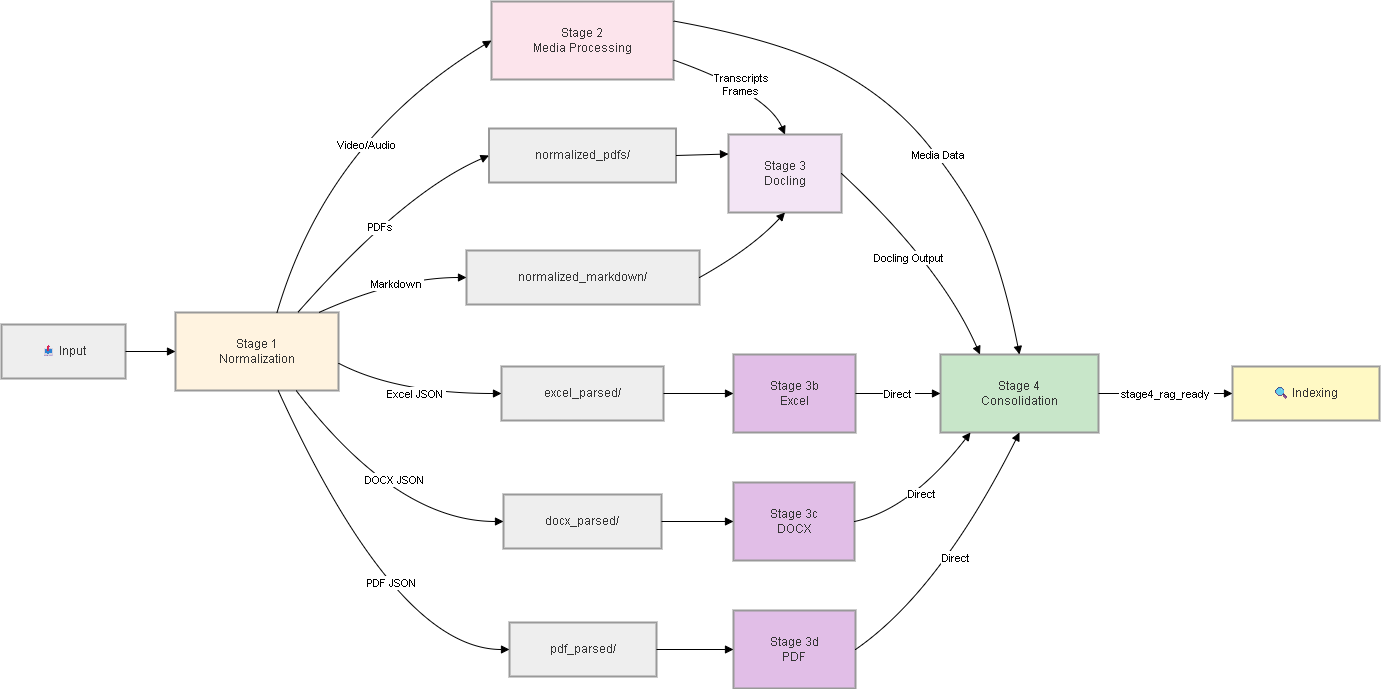
pdz1804/capstone-project keeps this draw.io diagram as Phase_2_Report/img/pdz/Report 252 Diagram-Complete Pipeline Architecture.drawio.png. Above is the earlier version. Source tidied: cells renumbered, new cells last; positions are measured from the earlier drawing's top-left corner, leaving out a move shared by most shapes.
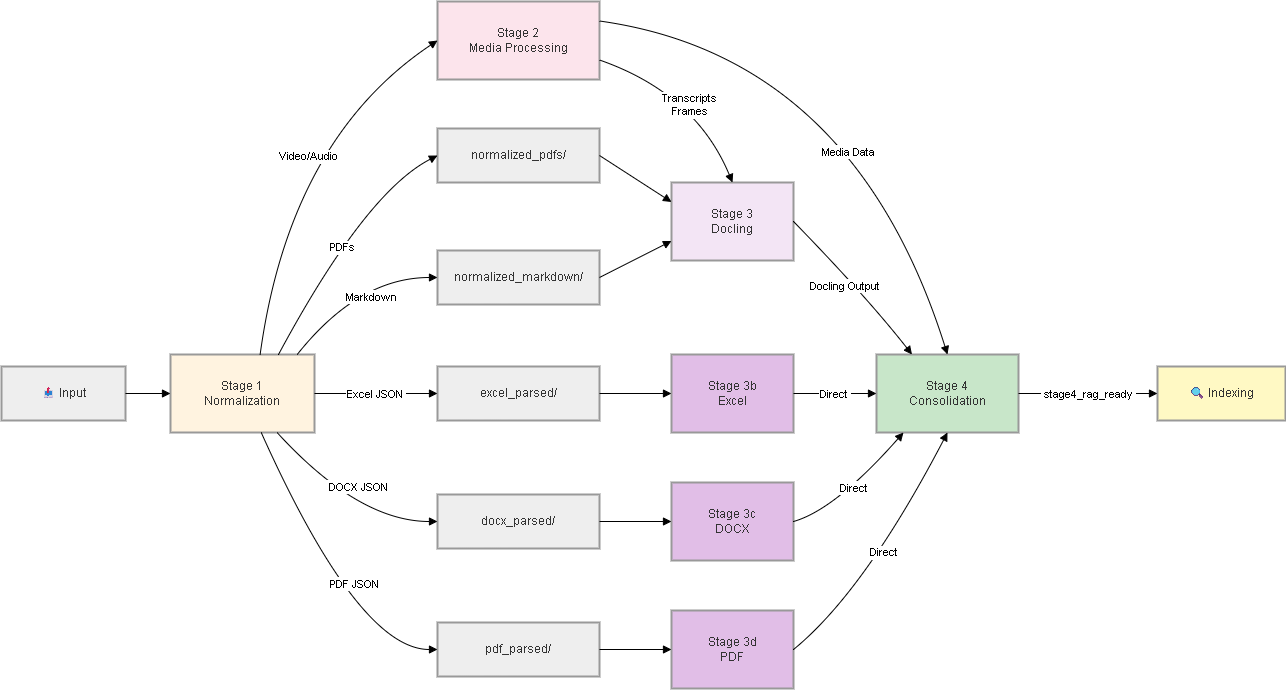
The same diagram one commit later.

Commit message:
update: pipeline diagram

Diff of the diagram source:
```diff
@@ -3,46 +3,46 @@
     <mxCell id="0" />
     <mxCell id="1" parent="0" />
     <mxCell id="2" value="📤 Input" style="whiteSpace=wrap;strokeWidth=2;fillColor=light-dark(#eeeeee,#1f2020);strokeColor=light-dark(#999999,#cccccc);fontColor=light-dark(#333333,#cccccc);" parent="1" vertex="1">
-      <mxGeometry y="323" width="124" height="54" as="geometry" />
+      <mxGeometry x="38" y="365" width="124" height="54" as="geometry" />
     </mxCell>
     <mxCell id="3" value="Stage 1&#10;Normalization" style="whiteSpace=wrap;strokeWidth=2;fillColor=#fff3e0;strokeColor=light-dark(#999999,#cccccc);fontColor=light-dark(#333333,#cccccc);" parent="1" vertex="1">
-      <mxGeometry x="174" y="311" width="163" height="78" as="geometry" />
+      <mxGeometry x="207" y="353" width="144" height="78" as="geometry" />
     </mxCell>
     <mxCell id="4" value="normalized_pdfs/" style="whiteSpace=wrap;strokeWidth=2;fillColor=light-dark(#eeeeee,#1f2020);strokeColor=light-dark(#999999,#cccccc);fontColor=light-dark(#333333,#cccccc);" parent="1" vertex="1">
-      <mxGeometry x="487.5" y="127" width="187" height="54" as="geometry" />
+      <mxGeometry x="474" y="127" width="162" height="54" as="geometry" />
     </mxCell>
     <mxCell id="5" value="normalized_markdown/" style="whiteSpace=wrap;strokeWidth=2;fillColor=light-dark(#eeeeee,#1f2020);strokeColor=light-dark(#999999,#cccccc);fontColor=light-dark(#333333,#cccccc);" parent="1" vertex="1">
-      <mxGeometry x="465" y="249" width="233" height="54" as="geometry" />
+      <mxGeometry x="474" y="249" width="162" height="54" as="geometry" />
     </mxCell>
     <mxCell id="6" value="excel_parsed/" style="whiteSpace=wrap;strokeWidth=2;fillColor=light-dark(#eeeeee,#1f2020);strokeColor=light-dark(#999999,#cccccc);fontColor=light-dark(#333333,#cccccc);" parent="1" vertex="1">
-      <mxGeometry x="500" y="365" width="162" height="54" as="geometry" />
+      <mxGeometry x="474" y="365" width="162" height="54" as="geometry" />
     </mxCell>
     <mxCell id="7" value="docx_parsed/" style="whiteSpace=wrap;strokeWidth=2;fillColor=light-dark(#eeeeee,#1f2020);strokeColor=light-dark(#999999,#cccccc);fontColor=light-dark(#333333,#cccccc);" parent="1" vertex="1">
-      <mxGeometry x="502" y="493" width="158" height="54" as="geometry" />
+      <mxGeometry x="474" y="493" width="162" height="54" as="geometry" />
     </mxCell>
     <mxCell id="8" value="pdf_parsed/" style="whiteSpace=wrap;strokeWidth=2;fillColor=light-dark(#eeeeee,#1f2020);strokeColor=light-dark(#999999,#cccccc);fontColor=light-dark(#333333,#cccccc);" parent="1" vertex="1">
-      <mxGeometry x="508" y="621" width="147" height="54" as="geometry" />
+      <mxGeometry x="474" y="621" width="162" height="54" as="geometry" />
     </mxCell>
     <mxCell id="9" value="Stage 2&#10;Media Processing" style="whiteSpace=wrap;strokeWidth=2;fillColor=#fce4ec;strokeColor=light-dark(#999999,#cccccc);fontColor=light-dark(#333333,#cccccc);" parent="1" vertex="1">
-      <mxGeometry x="490" width="182" height="78" as="geometry" />
+      <mxGeometry x="474" width="162" height="78" as="geometry" />
     </mxCell>
     <mxCell id="10" value="Stage 3&#10;Docling" style="whiteSpace=wrap;strokeWidth=2;fillColor=#f3e5f5;strokeColor=light-dark(#999999,#cccccc);fontColor=light-dark(#333333,#cccccc);" parent="1" vertex="1">
-      <mxGeometry x="727" y="133" width="113" height="78" as="geometry" />
+      <mxGeometry x="708" y="181" width="122" height="78" as="geometry" />
     </mxCell>
     <mxCell id="11" value="Stage 3b&#10;Excel" style="whiteSpace=wrap;strokeWidth=2;fillColor=#e1bee7;strokeColor=light-dark(#999999,#cccccc);fontColor=light-dark(#333333,#cccccc);" parent="1" vertex="1">
-      <mxGeometry x="732" y="353" width="122" height="78" as="geometry" />
+      <mxGeometry x="708" y="353" width="122" height="78" as="geometry" />
     </mxCell>
     <mxCell id="12" value="Stage 3c&#10;DOCX" style="whiteSpace=wrap;strokeWidth=2;fillColor=#e1bee7;strokeColor=light-dark(#999999,#cccccc);fontColor=light-dark(#333333,#cccccc);" parent="1" vertex="1">
-      <mxGeometry x="732" y="481" width="121" height="78" as="geometry" />
+      <mxGeometry x="708" y="481" width="122" height="78" as="geometry" />
     </mxCell>
     <mxCell id="13" value="Stage 3d&#10;PDF" style="whiteSpace=wrap;strokeWidth=2;fillColor=#e1bee7;strokeColor=light-dark(#999999,#cccccc);fontColor=light-dark(#333333,#cccccc);" parent="1" vertex="1">
-      <mxGeometry x="732" y="609" width="122" height="78" as="geometry" />
+      <mxGeometry x="708" y="609" width="122" height="78" as="geometry" />
     </mxCell>
     <mxCell id="14" value="Stage 4&#10;Consolidation" style="whiteSpace=wrap;strokeWidth=2;fillColor=#c8e6c9;strokeColor=light-dark(#999999,#cccccc);fontColor=light-dark(#333333,#cccccc);" parent="1" vertex="1">
-      <mxGeometry x="939" y="353" width="158" height="78" as="geometry" />
+      <mxGeometry x="913" y="353" width="142" height="78" as="geometry" />
     </mxCell>
     <mxCell id="15" value="🔍 Indexing" style="whiteSpace=wrap;strokeWidth=2;fillColor=#fff9c4;strokeColor=light-dark(#999999,#cccccc);fontColor=light-dark(#333333,#cccccc);" parent="1" vertex="1">
-      <mxGeometry x="1231" y="365" width="147" height="54" as="geometry" />
+      <mxGeometry x="1194" y="365" width="128" height="54" as="geometry" />
     </mxCell>
     <mxCell id="16" style="curved=1;startArrow=none;endArrow=block;exitX=1;exitY=0.5;entryX=0;entryY=0.5;rounded=0;" parent="1" edge="1" source="2" target="3">
       <mxGeometry relative="1" as="geometry" />
@@ -56,13 +56,14 @@
       </mxGeometry>
     </mxCell>
     <mxCell id="18" value="Markdown" style="curved=1;startArrow=none;endArrow=block;exitX=0.88;exitY=0;entryX=0;entryY=0.5;rounded=0;" parent="1" edge="1" source="3" target="5">
-      <mxGeometry x="0.08" y="-6" relative="1" as="geometry">
+      <mxGeometry x="0.27" y="-19" relative="1" as="geometry">
         <Array as="points">
           <mxPoint x="395" y="276" />
         </Array>
+        <mxPoint x="-1" as="offset" />
       </mxGeometry>
     </mxCell>
-    <mxCell id="19" value="Excel JSON" style="curved=1;startArrow=none;endArrow=block;exitX=1;exitY=0.65;entryX=0;entryY=0.5;rounded=0;" parent="1" edge="1" source="3" target="6">
+    <mxCell id="19" value="Excel JSON" style="curved=1;startArrow=none;endArrow=block;exitX=1;exitY=0.5;entryX=0;entryY=0.5;rounded=0;exitDx=0;exitDy=0;" parent="1" edge="1" source="3" target="6">
       <mxGeometry relative="1" as="geometry">
         <Array as="points">
           <mxPoint x="395" y="392" />
@@ -94,12 +95,8 @@
     <mxCell id="23" style="curved=1;startArrow=none;endArrow=block;exitX=1;exitY=0.5;entryX=0;entryY=0.25;rounded=0;entryDx=0;entryDy=0;exitDx=0;exitDy=0;" parent="1" edge="1" source="4" target="10">
       <mxGeometry relative="1" as="geometry" />
     </mxCell>
-    <mxCell id="24" style="curved=1;startArrow=none;endArrow=block;exitX=1;exitY=0.5;entryX=0.5;entryY=1;rounded=0;exitDx=0;exitDy=0;entryDx=0;entryDy=0;" parent="1" edge="1" source="5" target="10">
-      <mxGeometry relative="1" as="geometry">
-        <Array as="points">
-          <mxPoint x="750" y="247" />
-        </Array>
-      </mxGeometry>
+    <mxCell id="24" style="curved=1;startArrow=none;endArrow=block;exitX=1;exitY=0.5;entryX=0;entryY=0.75;rounded=0;exitDx=0;exitDy=0;entryDx=0;entryDy=0;" parent="1" edge="1" source="5" target="10">
+      <mxGeometry relative="1" as="geometry" />
     </mxCell>
     <mxCell id="25" style="curved=1;startArrow=none;endArrow=block;exitX=1;exitY=0.5;entryX=0;entryY=0.5;rounded=0;" parent="1" edge="1" source="6" target="11">
       <mxGeometry relative="1" as="geometry" />
@@ -111,28 +108,25 @@
       <mxGeometry relative="1" as="geometry" />
     </mxCell>
     <mxCell id="28" value="Transcripts&#10;Frames" style="curved=1;startArrow=none;endArrow=block;entryX=0.5;entryY=0;rounded=0;exitX=1;exitY=0.75;exitDx=0;exitDy=0;entryDx=0;entryDy=0;" parent="1" edge="1" source="9" target="10">
-      <mxGeometry relative="1" as="geometry">
+      <mxGeometry x="0.11" y="-9" relative="1" as="geometry">
         <Array as="points">
-          <mxPoint x="766" y="92" />
+          <mxPoint x="732" y="92" />
         </Array>
       </mxGeometry>
     </mxCell>
     <mxCell id="29" value="Media Data" style="curved=1;startArrow=none;endArrow=block;exitX=1;exitY=0.25;entryX=0.5;entryY=0;rounded=0;exitDx=0;exitDy=0;entryDx=0;entryDy=0;" parent="1" edge="1" source="9" target="14">
-      <mxGeometry x="0.17" y="2" relative="1" as="geometry">
+      <mxGeometry x="0.22" y="-33" relative="1" as="geometry">
         <Array as="points">
-          <mxPoint x="780" y="39" />
-          <mxPoint x="890" y="98" />
-          <mxPoint x="962" y="187" />
-          <mxPoint x="1001" y="268" />
+          <mxPoint x="890" y="55" />
         </Array>
       </mxGeometry>
     </mxCell>
     <mxCell id="30" value="Docling Output" style="curved=1;startArrow=none;endArrow=block;exitX=1;exitY=0.5;entryX=0.25;entryY=0;rounded=0;entryDx=0;entryDy=0;" parent="1" edge="1" source="10" target="14">
-      <mxGeometry x="-0.08" y="-15" relative="1" as="geometry">
+      <mxGeometry x="-0.08" y="-7" relative="1" as="geometry">
         <Array as="points">
-          <mxPoint x="940" y="265" />
+          <mxPoint x="903" y="295" />
         </Array>
-        <mxPoint x="-1" as="offset" />
+        <mxPoint y="1" as="offset" />
       </mxGeometry>
     </mxCell>
     <mxCell id="31" value="Direct" style="curved=1;startArrow=none;endArrow=block;exitX=1;exitY=0.5;entryX=0;entryY=0.5;rounded=0;" parent="1" edge="1" source="11" target="14">
@@ -141,14 +135,14 @@
     <mxCell id="32" value="Direct" style="curved=1;startArrow=none;endArrow=block;exitX=1;exitY=0.5;entryX=0.19;entryY=1;rounded=0;" parent="1" edge="1" source="12" target="14">
       <mxGeometry relative="1" as="geometry">
         <Array as="points">
-          <mxPoint x="909" y="508" />
+          <mxPoint x="872" y="508" />
         </Array>
       </mxGeometry>
     </mxCell>
     <mxCell id="33" value="Direct" style="curved=1;startArrow=none;endArrow=block;exitX=1;exitY=0.5;entryX=0.5;entryY=1;rounded=0;entryDx=0;entryDy=0;" parent="1" edge="1" source="13" target="14">
       <mxGeometry relative="1" as="geometry">
         <Array as="points">
-          <mxPoint x="938" y="590" />
+          <mxPoint x="901" y="590" />
         </Array>
       </mxGeometry>
     </mxCell>
```
